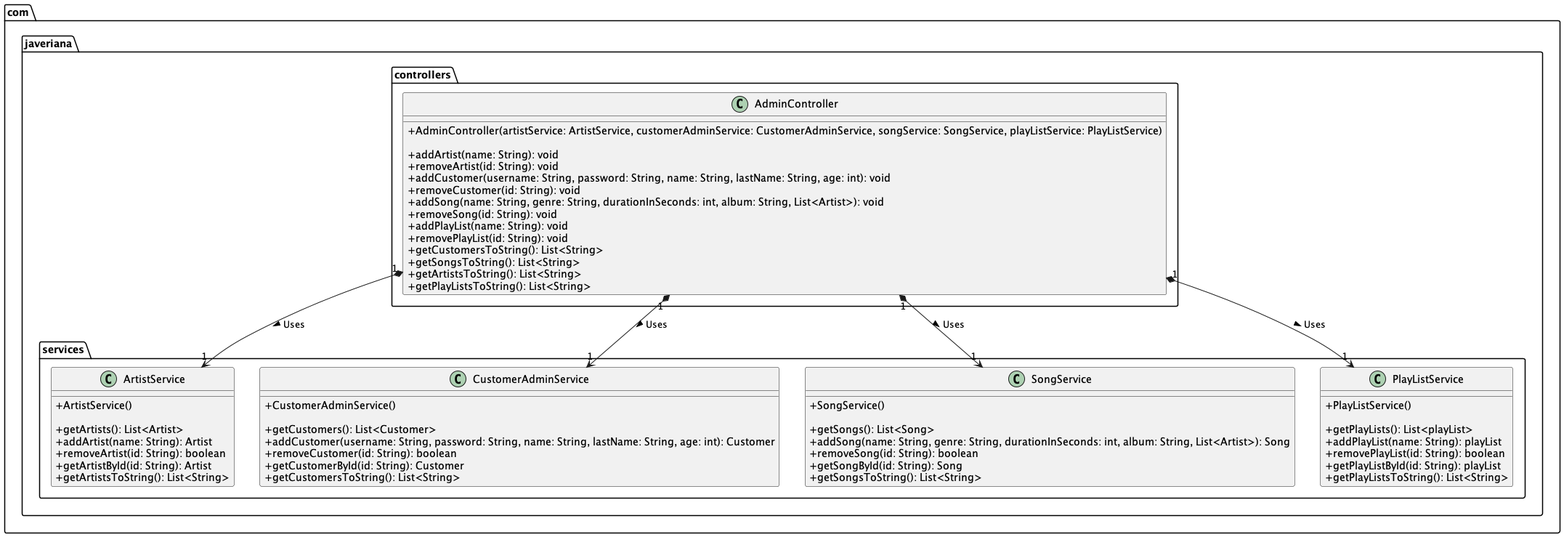
Earlier version of the PlantUML export assets/workshop7-diagram-adminController-spotify.png (clase-programacion-avanzada/JAVA-Workshop-7).
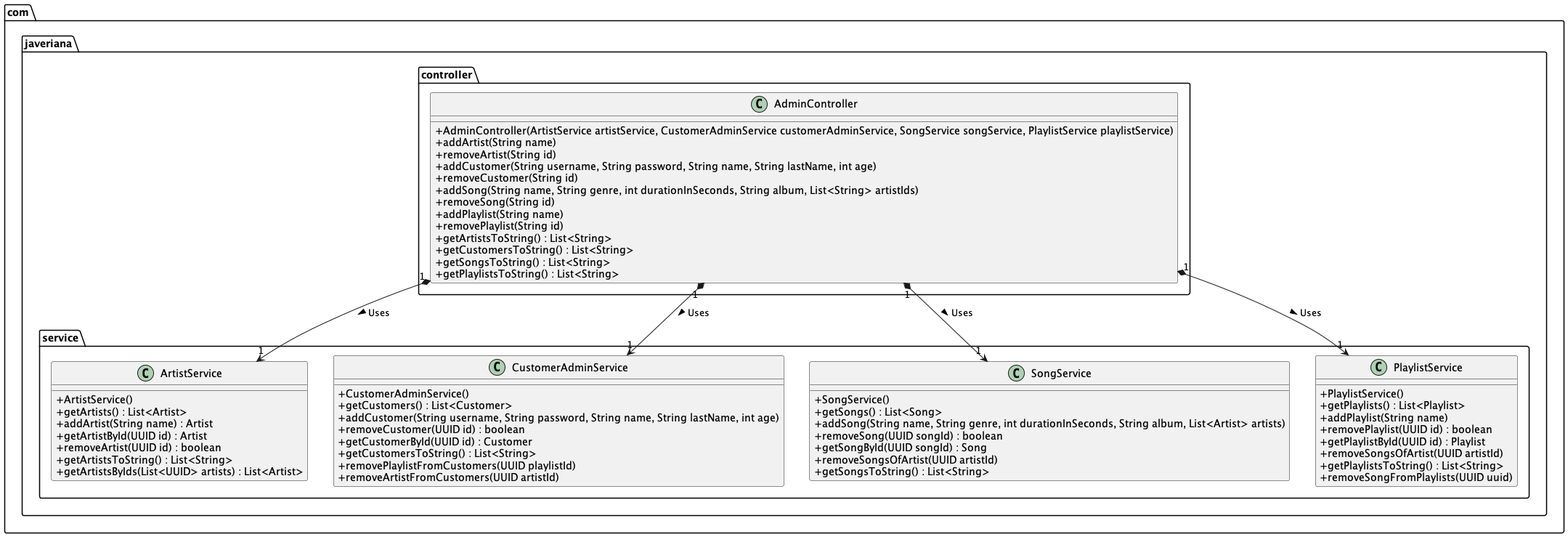
The same file after the commit.

Change to the diagram source:
```diff
@@ -1,6 +1,6 @@
 @startuml
 skinparam classAttributeIconSize 0
-class com.javeriana.models.Artist $Artist {
+class com.javeriana.model.Artist $Artist {
     - id: UUID
     - name: String
 
@@ -8,7 +8,7 @@
     + Artist(name: String)
 }
 
-class com.javeriana.models.Customer $Customer {
+class com.javeriana.model.Customer $Customer {
     - id: UUID
     - username: String
     - password: String
@@ -18,87 +18,136 @@
 
     + Customer(username: String, password: String, name: String, lastName: String, age: int)
     + Customer(UUID: id, username: String, password: String, name: String, lastName: String, age: int, List<Artist> followedArtists, List<playList> playLists)
+
+
+    + getId() : UUID
+    + getUsername() : String
+    + setUsername(String username)
+    + getPassword() : String
+    + setPassword(String password)
+    + getName() : String
+    + setName(String name)
+    + getLastName() : String
+    + setLastName(String lastName)
+    + getAge() : int
+    + setAge(int age)
+    + addArtist(Artist artist) : boolean
+    + removePlaylist(UUID id) : boolean
+    + removeArtist(UUID artistId)
+    + removeSongFromPlayLists(UUID songId)
+    + toString() : String
+    - getPlaylistById(UUID id) : Playlist
+    - getArtistById(UUID id) : Artist
 }
 
-class com.javeriana.models.playList $PlayList {
+class com.javeriana.model.Playlist $Playlist {
     - id: UUID
     - name: String
 
     + playList(name: String)
     + playList(UUID: id, name: String, List<Song> songs)
+
+
+    + getId() : UUID
+    + getName() : String
+    + setName(String name)
+    + getSongs() : List<Song>
+    + removeSong(UUID songId)
+    + removeSongsOfArtist(UUID artistId)
+    + toString() : String
+    - getSongById(UUID songId) : Song
 }
 
-class com.javeriana.models.Song $Song {
+class com.javeriana.model.Song $Song {
     - id: UUID
     - name: String
     - genre: String
     - durationInSeconds: int
     - album: String
 
-    + Song(name: String, genre: String, durationInSeconds: int, album: String)
-    + Song(UUID: id, name: String, genre: String, durationInSeconds: int, album: String, List<Artist> artists)
+    + Song(String name, String genre, int durationInSeconds, String album, List<Artist> artists)
+    + Song(UUID id, String name, String genre, int durationInSeconds, String album, List<Artist> artists)
+    + getId() : UUID
+    + getName() : String
+    + setName(String name)
+    + getGenre() : String
+    + setGenre(String genre)
+    + getDurationInSeconds() : int
+    + setDurationInSeconds(int durationInSeconds)
+    + getAlbum() : String
+    + setAlbum(String album)
+    + getArtists() : List<Artist>
+    + hasArtist(UUID artistId) : boolean
+    + toString() : String
 }
 
-class com.javeriana.services.ArtistService $ArtistService {
+class com.javeriana.service.ArtistService $ArtistService {
 
     + ArtistService()
 
-    + getArtists(): List<Artist>
-    + addArtist(name: String): Artist
-    + removeArtist(id: String): boolean
-    + getArtistById(id: String): Artist
-    + getArtistsToString(): List<String>
+
+    + getArtists() : List<Artist>
+    + addArtist(String name) : Artist
+    + getArtistById(UUID id) : Artist
+    + removeArtist(UUID id) : boolean
+    + getArtistsToString() : List<String>
+    + getArtistsByIds(List<UUID> artists) : List<Artist>
 }
 
-class com.javeriana.services.CustomerAdminService $CustomerAdminService {
+class com.javeriana.service.CustomerAdminService $CustomerAdminService {
 
     + CustomerAdminService()
 
-    + getCustomers(): List<Customer>
-    + addCustomer(username: String, password: String, name: String, lastName: String, age: int): Customer
-    + removeCustomer(id: String): boolean
-    + getCustomerById(id: String): Customer
-    + getCustomersToString(): List<String>
+
+    + getCustomers() : List<Customer>
+    + addCustomer(String username, String password, String name, String lastName, int age)
+    + removeCustomer(UUID id) : boolean
+    + getCustomerById(UUID id) : Customer
+    + getCustomersToString() : List<String>
+    + removePlaylistFromCustomers(UUID playlistId)
+    + removeArtistFromCustomers(UUID artistId)
 }
 
-class com.javeriana.services.SongService $SongService {
+class com.javeriana.service.SongService $SongService {
 
     + SongService()
 
-    + getSongs(): List<Song>
-    + addSong(name: String, genre: String, durationInSeconds: int, album: String, List<Artist>): Song
-    + removeSong(id: String): boolean
-    + getSongById(id: String): Song
-    + getSongsToString(): List<String>
+
+    + getSongs() : List<Song>
+    + addSong(String name, String genre, int durationInSeconds, String album, List<Artist> artists)
+    + removeSong(UUID songId) : boolean
+    + getSongById(UUID songId) : Song
+    + removeSongsOfArtist(UUID artistId)
+    + getSongsToString() : List<String>
 }
 
-class com.javeriana.services.PlayListService $PlayListService {
+class com.javeriana.service.PlaylistService $PlaylistService {
 
-    + PlayListService()
-
-    + getPlayLists(): List<playList>
-    + addPlayList(name: String): playList
-    + removePlayList(id: String): boolean
-    + getPlayListById(id: String): playList
-    + getPlayListsToString(): List<String>
+    + PlaylistService()
+    + getPlaylists() : List<Playlist>
+    + addPlaylist(String name)
+    + removePlaylist(UUID id) : boolean
+    + getPlaylistById(UUID id) : Playlist
+    + removeSongsOfArtist(UUID artistId)
+    + getPlaylistsToString() : List<String>
+    + removeSongFromPlaylists(UUID uuid)
 }
 
-class com.javeriana.controllers.AdminController $AdminController {
+class com.javeriana.controller.AdminController $AdminController {
 
-    + AdminController(artistService: ArtistService, customerAdminService: CustomerAdminService, songService: SongService, playListService: PlayListService)
-
-    + addArtist(name: String): void
-    + removeArtist(id: String): void
-    + addCustomer(username: String, password: String, name: String, lastName: String, age: int): void
-    + removeCustomer(id: String): void
-    + addSong(name: String, genre: String, durationInSeconds: int, album: String, List<Artist>): void
-    + removeSong(id: String): void
-    + addPlayList(name: String): void
-    + removePlayList(id: String): void
-    + getCustomersToString(): List<String>
-    + getSongsToString(): List<String>
-    + getArtistsToString(): List<String>
-    + getPlayListsToString(): List<String>
+     + AdminController(ArtistService artistService, CustomerAdminService customerAdminService, SongService songService, PlaylistService playlistService)
+     + addArtist(String name)
+     + removeArtist(String id)
+     + addCustomer(String username, String password, String name, String lastName, int age)
+     + removeCustomer(String id)
+     + addSong(String name, String genre, int durationInSeconds, String album, List<String> artistIds)
+     + removeSong(String id)
+     + addPlaylist(String name)
+     + removePlaylist(String id)
+     + getArtistsToString() : List<String>
+     + getCustomersToString() : List<String>
+     + getSongsToString() : List<String>
+     + getPlaylistsToString() : List<String>
 
 }
 
@@ -106,21 +155,20 @@
 
     - scanner : Scanner
 
-    + AdminView(adminController: AdminController)
-
-    + showMenu(): void
-    + addArtist(): void
-    + removeArtist(): void
-    + addCustomer(): void
-    + removeCustomer(): void
-    + addSong(): void
-    + removeSong(): void
-    + addPlayList(): void
-    + removePlayList(): void
-    + showCustomers(): void
-    + showSongs(): void
-    + showArtists(): void
-    + showPlayLists(): void
+    + AdminView(AdminController adminController, Scanner scanner)
+    + showMenu()
+    - showPlaylists()
+    - showArtists()
+    - showCustomers()
+    - showSongs()
+    - removePlaylist()
+    - addPlaylist()
+    - addCustomer()
+    - removeCustomer()
+    - removeSong()
+    - addSong()
+    - removeArtist()
+    - addArtist()
 }
 
 class Main $Main {
@@ -131,24 +179,25 @@
 
 }
 
-com.javeriana.models.Customer "1" o-> "0..*" com.javeriana.models.playList : Has a list (playLists) >
-com.javeriana.models.Customer "1" o--> "0..*" com.javeriana.models.Artist : Has a list (followedArtists) >
-com.javeriana.models.playList "1" o--> "0..*" com.javeriana.models.Song : Has a list (songs) >
-com.javeriana.models.Song "1" *-> "1..*" com.javeriana.models.Artist : Has a list (artists) >
+com.javeriana.model.Customer "1" o-> "0..*" com.javeriana.model.Playlist : Has a list (playlists) >
+com.javeriana.model.Customer "1" o--> "0..*" com.javeriana.model.Artist : Has a list (followedArtists) >
+com.javeriana.model.Playlist "1" o--> "0..*" com.javeriana.model.Song : Has a list (songs) >
+com.javeriana.model.Song "1" *-> "1..*" com.javeriana.model.Artist : Has a list (artists) >
 
-com.javeriana.services.ArtistService "1" o--> "*" com.javeriana.models.Artist : Has a list (artists) >
-com.javeriana.services.CustomerAdminService "1" o--> "*" com.javeriana.models.Customer : Has a list (customers) >
-com.javeriana.services.SongService "1" o-> "*" com.javeriana.models.Song : Has a list (songs) >
-com.javeriana.services.PlayListService "1" o-> "*" com.javeriana.models.playList : Has a list (playLists) >
+com.javeriana.service.ArtistService "1" o--> "*" com.javeriana.model.Artist : Has a list (artists) >
+com.javeriana.service.CustomerAdminService "1" o--> "*" com.javeriana.model.Customer : Has a list (customers) >
+com.javeriana.service.SongService "1" o-> "*" com.javeriana.model.Song : Has a list (songs) >
+com.javeriana.service.PlaylistService "1" o-> "*" com.javeriana.model.Playlist : Has a list (playLists) >
 
-com.javeriana.controllers.AdminController "1" *--> "1" com.javeriana.services.ArtistService : Uses >
-com.javeriana.controllers.AdminController "1" *--> "1" com.javeriana.services.CustomerAdminService : Uses >
-com.javeriana.controllers.AdminController "1" *--> "1" com.javeriana.services.SongService : Uses >
-com.javeriana.controllers.AdminController "1" *--> "1" com.javeriana.services.PlayListService : Uses >
+com.javeriana.controller.AdminController "1" *--> "1" com.javeriana.service.ArtistService : Uses >
+com.javeriana.controller.AdminController "1" *--> "1" com.javeriana.service.CustomerAdminService : Uses >
+com.javeriana.controller.AdminController "1" *--> "1" com.javeriana.service.SongService : Uses >
+com.javeriana.controller.AdminController "1" *--> "1" com.javeriana.service.PlaylistService : Uses >
 
-com.javeriana.views.AdminView "1" *--> "1" com.javeriana.controllers.AdminController : Uses >
+com.javeriana.views.AdminView "1" *--> "1" com.javeriana.controller.AdminController : Uses >
 
 Main -down-> AdminView : Creates >
+
 
 
 
@@ -161,8 +210,7 @@
 remove $Artist
 remove $Customer
 remove $Song
-remove $PlayList
-
+remove $Playlist
 
 
 
```
